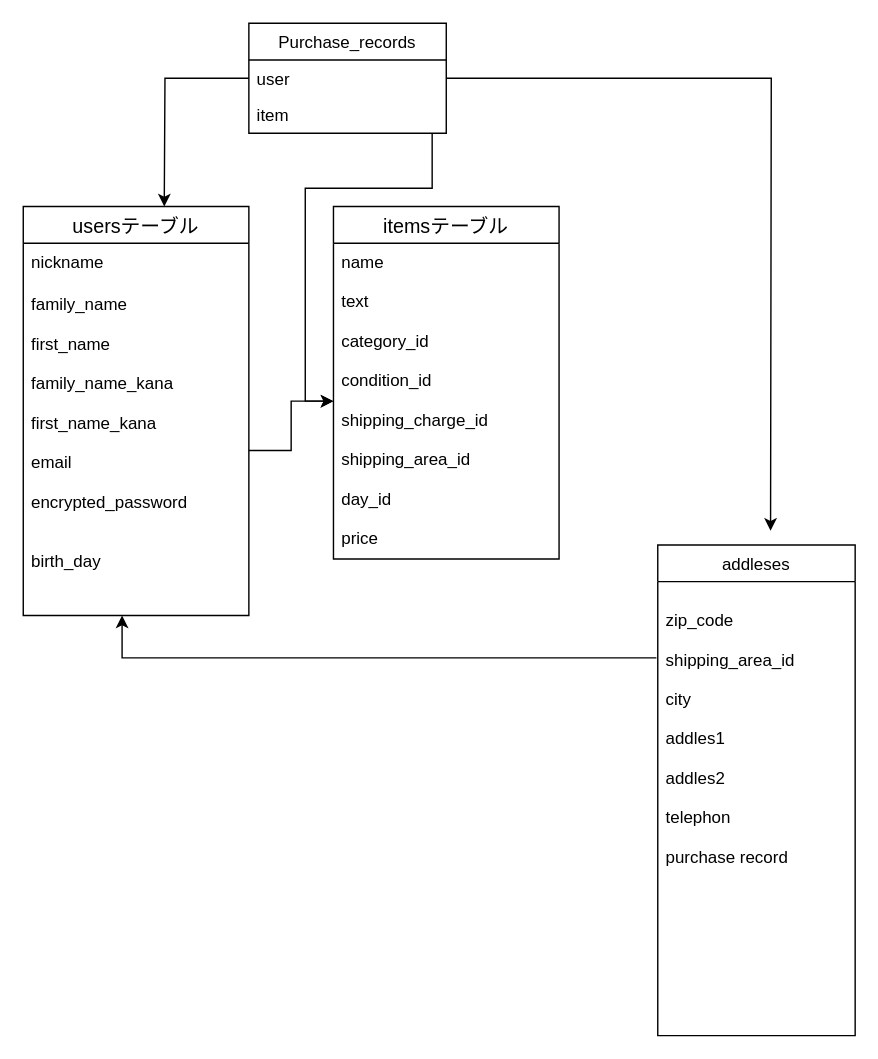
Before: app/test.dio in techman104/furima362381, a draw.io diagram. Source tidied: cells renumbered, new cells numbered last; positions are measured from the earlier drawing's top-left corner, leaving out a move shared by most shapes. Both pictures are drawn from the tidied source at 141%, with x=0, y=0 at pixel (23, 23).
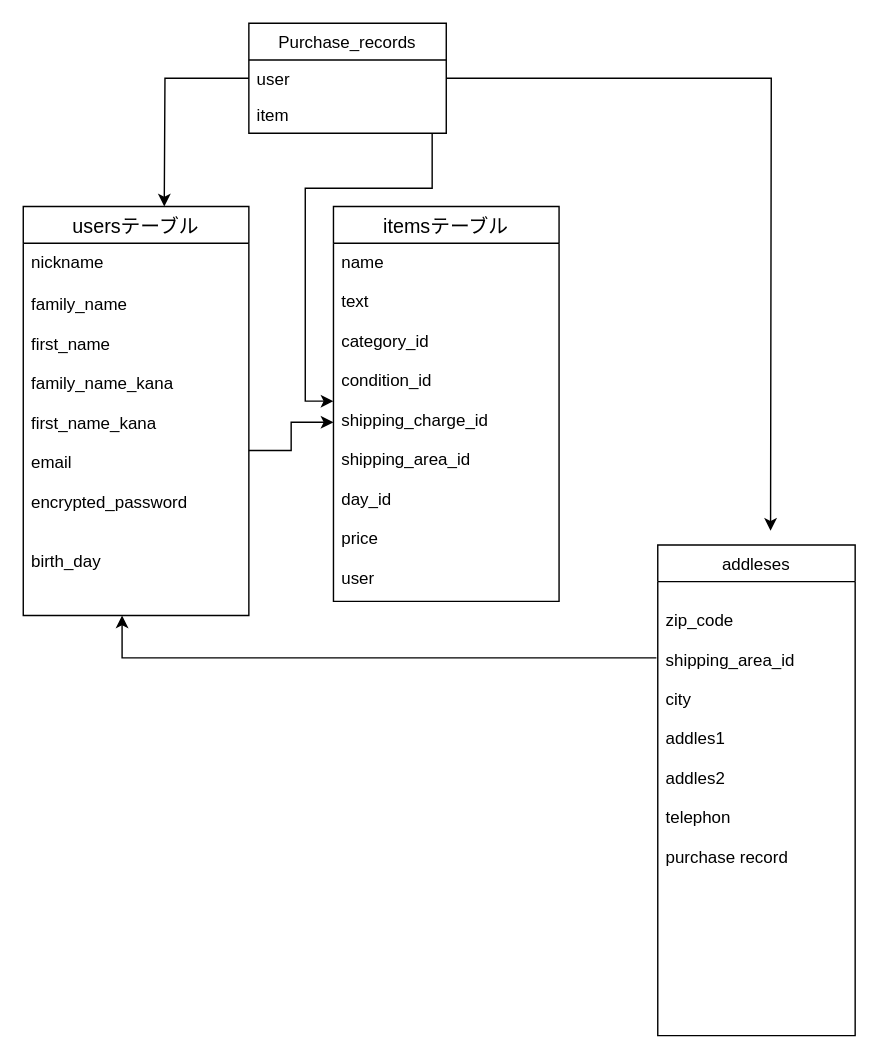
The same page after the edit.

Commit message (it also covers changes not shown here):
read meの修正

Change to the diagram source:
```diff
@@
     <mxCell id="6" value="itemsテーブル" style="swimlane;fontStyle=0;horizontal=1;startSize=26;align=center;fontSize=14;" parent="1" vertex="1">
-      <mxGeometry x="220" y="130" width="160" height="250" as="geometry" />
+      <mxGeometry x="220" y="130" width="160" height="280" as="geometry" />
     </mxCell>
-    <mxCell id="7" value="name&#10;&#10;text&#10;&#10;category_id&#10;&#10;condition_id&#10;&#10;shipping_charge_id&#10;&#10;shipping_area_id&#10;&#10;day_id&#10;&#10;price&#10;&#10;" style="text;strokeColor=none;fillColor=none;spacingLeft=4;spacingRight=4;overflow=hidden;points=[[0,0.5],[1,0.5]];portConstraint=eastwest;fontSize=12;" parent="6" vertex="1">
-      <mxGeometry y="26" width="160" height="224" as="geometry" />
+    <mxCell id="7" value="name&#10;&#10;text&#10;&#10;category_id&#10;&#10;condition_id&#10;&#10;shipping_charge_id&#10;&#10;shipping_area_id&#10;&#10;day_id&#10;&#10;price&#10;&#10;user&#10;" style="text;strokeColor=none;fillColor=none;spacingLeft=4;spacingRight=4;overflow=hidden;points=[[0,0.5],[1,0.5]];portConstraint=eastwest;fontSize=12;" parent="6" vertex="1">
+      <mxGeometry y="26" width="160" height="254" as="geometry" />
     </mxCell>
```
